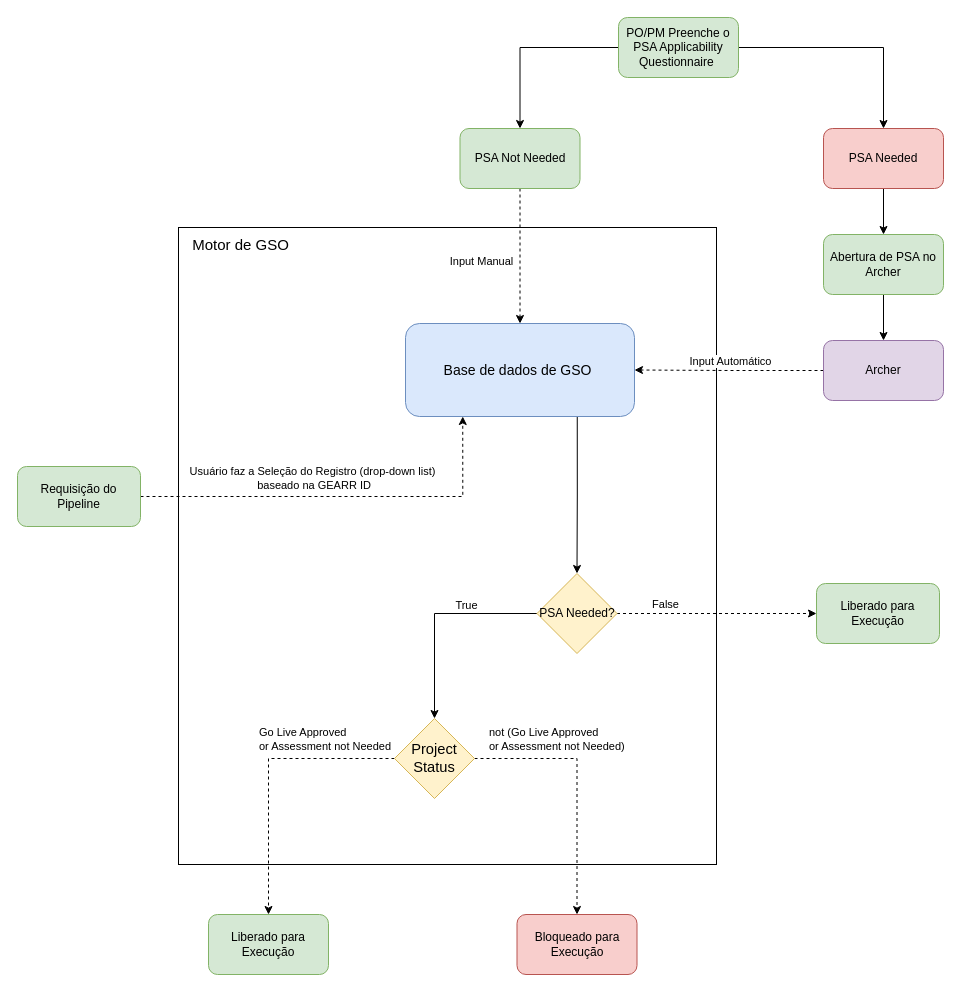
Before: DevSec.drawio in jovblopes/Internet-of-Things, a draw.io diagram. Source tidied: cells renumbered, new cells numbered last; positions are measured from the earlier drawing's top-left corner, leaving out a move shared by most shapes. Both pictures are drawn from the tidied source at 100%, with x=0, y=0 at pixel (17, 17).
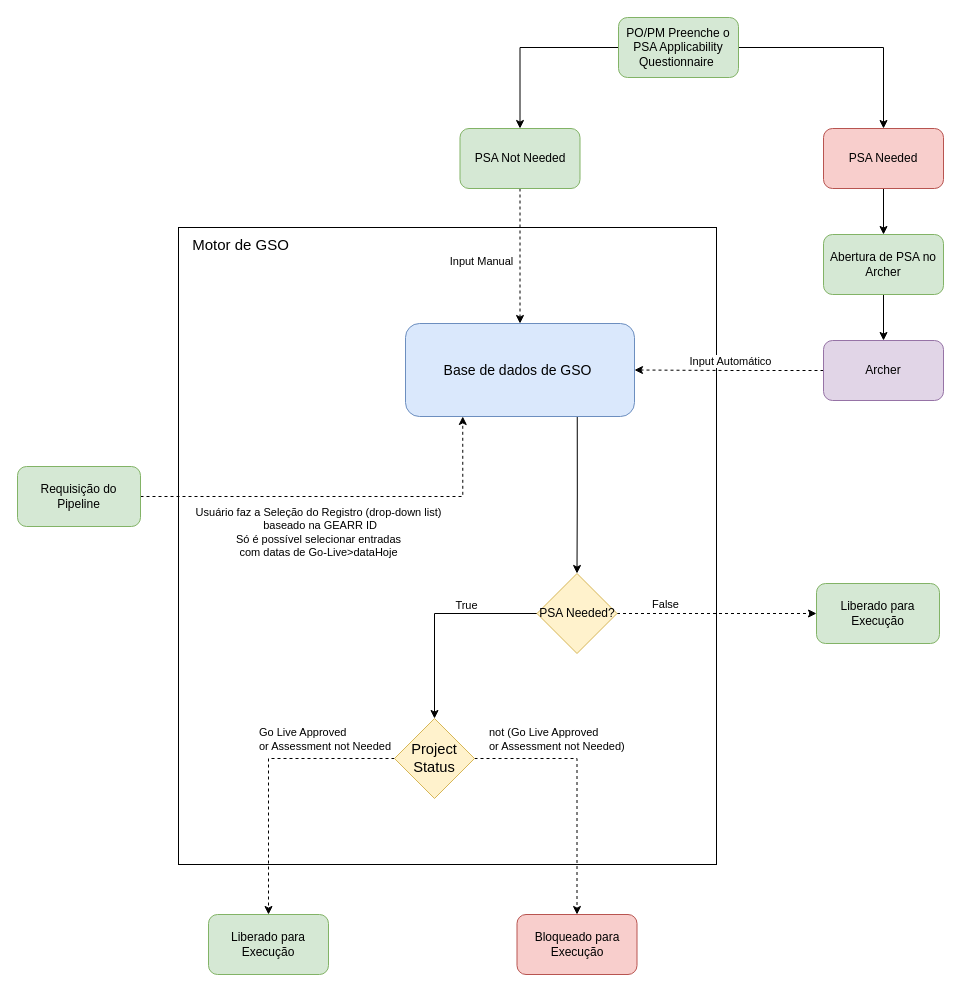
After the change.

The change refers to these unchanged cells:
```xml
<mxCell id="19" style="edgeStyle=orthogonalEdgeStyle;rounded=0;jettySize=auto;html=1;entryX=0.25;entryY=1;entryDx=0;entryDy=0;dashed=1;" parent="1" edge="1" source="21" target="18">
  <mxGeometry relative="1" as="geometry" />
</mxCell>
```

Change to the diagram source:
```diff
@@
-    <mxCell id="20" value="Usuário faz a Seleção do Registro (drop-down list)&lt;br&gt;&amp;nbsp;baseado na GEARR ID" style="edgeLabel;html=1;align=center;verticalAlign=middle;" parent="19" vertex="1">
+    <mxCell id="20" value="Usuário faz a Seleção do Registro (drop-down list)&lt;br&gt;&amp;nbsp;baseado na GEARR ID&lt;br&gt;Só é possível selecionar entradas &lt;br&gt;com datas de Go-Live&amp;gt;dataHoje" style="edgeLabel;html=1;align=center;verticalAlign=middle;" parent="19" vertex="1">
       <mxGeometry x="-0.04" y="-2" relative="1" as="geometry">
-        <mxPoint x="-22" y="-21" as="offset" />
+        <mxPoint x="-16" y="33" as="offset" />
       </mxGeometry>
     </mxCell>
```
